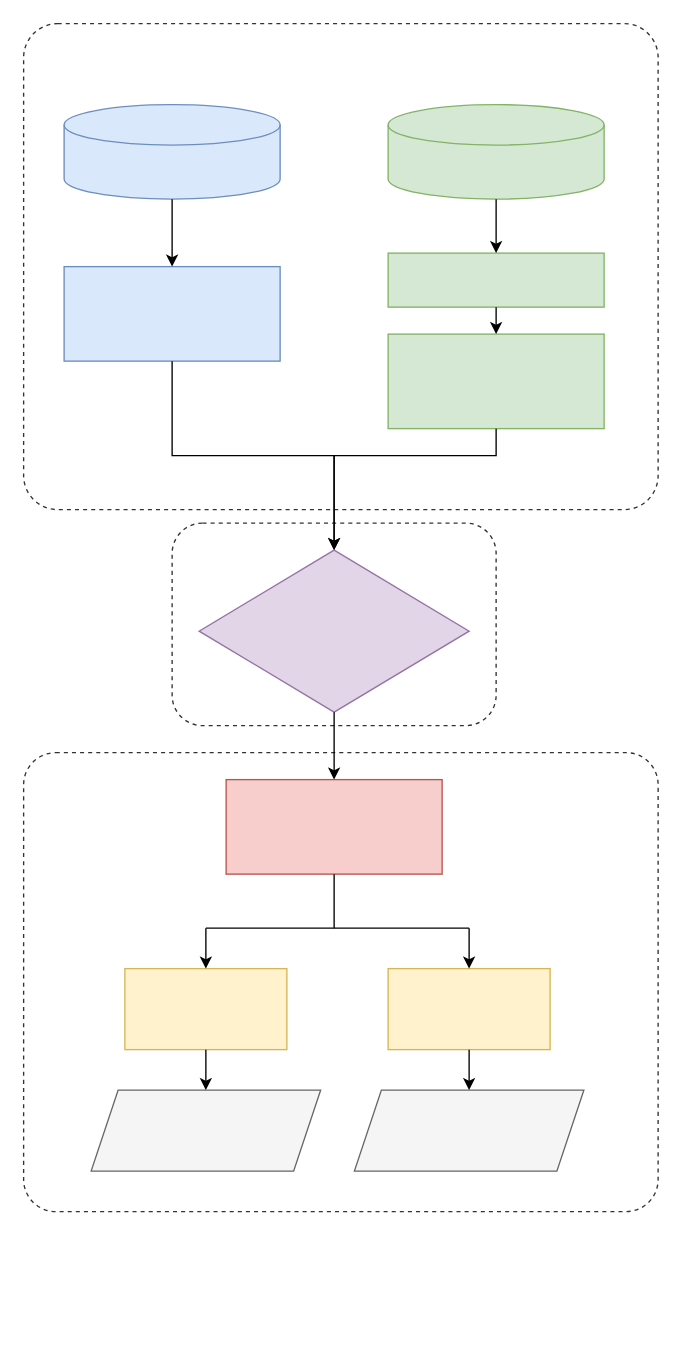
hzb29/hzb29 keeps this draw.io diagram as 1234图.drawio. Above is the earlier version. Source tidied: cells renumbered, new cells numbered last; positions are measured from the earlier drawing's top-left corner, leaving out a move shared by most shapes. Both pictures are drawn from the tidied source at 135%, with x=0, y=0 at pixel (23, 23).
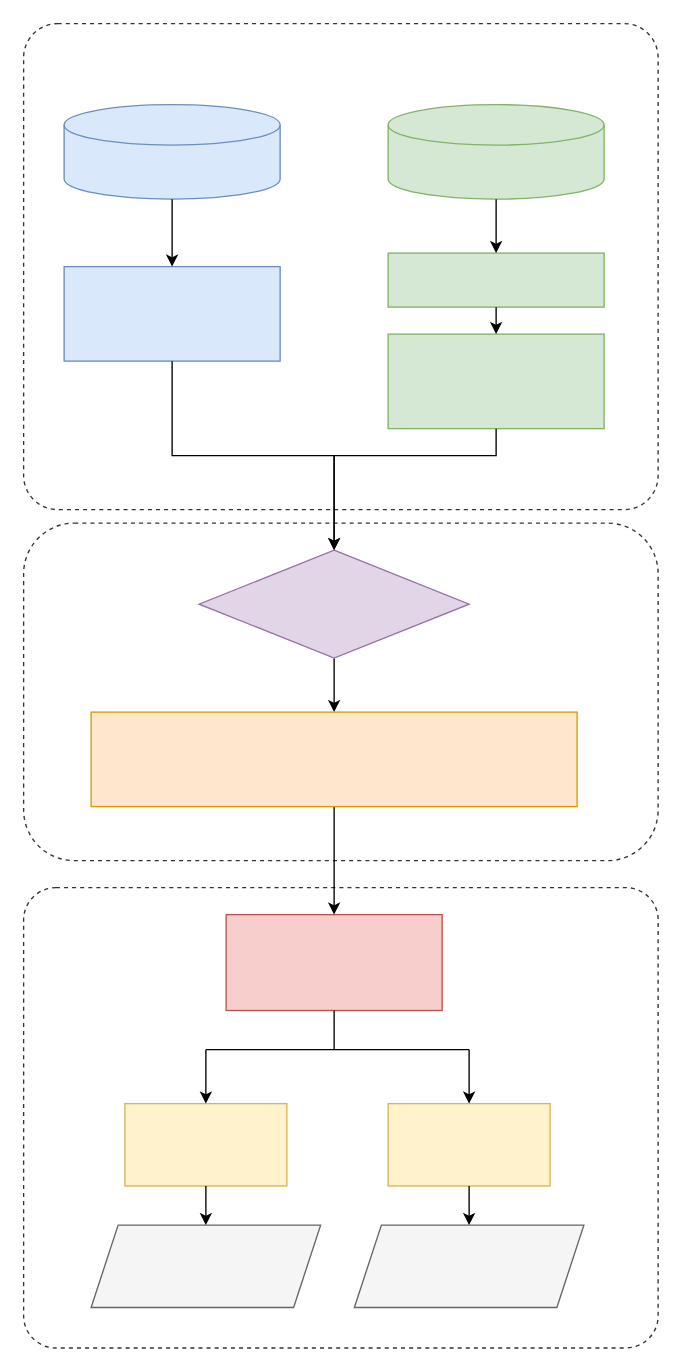
The same page after the edit.

Diff of the diagram source:
```diff
@@
     <mxCell id="2" style="rounded=1;whiteSpace=wrap;html=1;dashed=1;fillColor=none;strokeColor=#333333;" parent="1" vertex="1">
-      <mxGeometry x="110" y="370" width="240" height="150" as="geometry" />
+      <mxGeometry y="370" width="470" height="250" as="geometry" />
     </mxCell>
     <mxCell id="3" style="rounded=1;whiteSpace=wrap;html=1;dashed=1;fillColor=none;strokeColor=#333333;arcSize=7;" parent="1" vertex="1">
-      <mxGeometry y="540" width="470" height="340" as="geometry" />
+      <mxGeometry y="640" width="470" height="341" as="geometry" />
     </mxCell>
@@
+    <mxCell id="28" style="edgeStyle=orthogonalEdgeStyle;rounded=0;jettySize=auto;html=1;exitX=0.5;exitY=1;exitDx=0;exitDy=0;entryX=0.5;entryY=0;entryDx=0;entryDy=0;" parent="1" edge="1" source="13" target="29">
+      <mxGeometry relative="1" as="geometry" />
+    </mxCell>
     <mxCell id="13" style="rhombus;whiteSpace=wrap;html=1;rounded=0;fillColor=#e1d5e7;strokeColor=#9673a6;" parent="1" vertex="1">
-      <mxGeometry x="130" y="390" width="200" height="120" as="geometry" />
+      <mxGeometry x="130" y="390" width="200" height="80" as="geometry" />
     </mxCell>
@@
     <mxCell id="16" style="rounded=0;whiteSpace=wrap;html=1;fillColor=#f8cecc;strokeColor=#b85450;" parent="1" vertex="1">
-      <mxGeometry x="150" y="560" width="160" height="70" as="geometry" />
+      <mxGeometry x="150" y="660" width="160" height="71" as="geometry" />
     </mxCell>
-    <mxCell id="17" style="endArrow=classic;html=1;rounded=0;" parent="1" edge="1" source="13" target="16">
+    <mxCell id="17" style="endArrow=classic;html=1;rounded=0;exitX=0.5;exitY=1;exitDx=0;exitDy=0;" parent="1" edge="1" source="29" target="16">
       <mxGeometry relative="1" as="geometry" />
     </mxCell>
     <mxCell id="18" style="endArrow=none;html=1;rounded=0;exitX=0.5;exitY=1;exitDx=0;exitDy=0;" parent="1" edge="1" source="16">
       <mxGeometry relative="1" as="geometry">
-        <mxPoint x="230" y="670" as="targetPoint" />
+        <mxPoint x="230" y="760" as="targetPoint" />
       </mxGeometry>
     </mxCell>
     <mxCell id="19" style="endArrow=none;html=1;rounded=0;" parent="1" edge="1">
       <mxGeometry relative="1" as="geometry">
-        <mxPoint x="135" y="670" as="sourcePoint" />
-        <mxPoint x="330" y="670" as="targetPoint" />
+        <mxPoint x="135" y="760" as="sourcePoint" />
+        <mxPoint x="330" y="760" as="targetPoint" />
       </mxGeometry>
     </mxCell>
     <mxCell id="20" style="rounded=0;whiteSpace=wrap;html=1;fillColor=#fff2cc;strokeColor=#d6b656;" parent="1" vertex="1">
-      <mxGeometry x="75" y="700" width="120" height="60" as="geometry" />
+      <mxGeometry x="75" y="800" width="120" height="61" as="geometry" />
     </mxCell>
     <mxCell id="21" style="rounded=0;whiteSpace=wrap;html=1;fillColor=#fff2cc;strokeColor=#d6b656;" parent="1" vertex="1">
-      <mxGeometry x="270" y="700" width="120" height="60" as="geometry" />
+      <mxGeometry x="270" y="800" width="120" height="61" as="geometry" />
     </mxCell>
     <mxCell id="22" style="endArrow=classic;html=1;rounded=0;entryX=0.5;entryY=0;entryDx=0;entryDy=0;" parent="1" edge="1" target="20">
       <mxGeometry relative="1" as="geometry">
-        <mxPoint x="135" y="670" as="sourcePoint" />
+        <mxPoint x="135" y="760" as="sourcePoint" />
       </mxGeometry>
     </mxCell>
     <mxCell id="23" style="endArrow=classic;html=1;rounded=0;entryX=0.5;entryY=0;entryDx=0;entryDy=0;" parent="1" edge="1" target="21">
       <mxGeometry relative="1" as="geometry">
-        <mxPoint x="330" y="670" as="sourcePoint" />
+        <mxPoint x="330" y="760" as="sourcePoint" />
       </mxGeometry>
     </mxCell>
     <mxCell id="24" style="shape=parallelogram;perimeter=parallelogramPerimeter;whiteSpace=wrap;html=1;fixedSize=1;fillColor=#f5f5f5;strokeColor=#666666;fontStyle=0;" parent="1" vertex="1">
-      <mxGeometry x="50" y="790" width="170" height="60" as="geometry" />
+      <mxGeometry x="50" y="890" width="170" height="61" as="geometry" />
     </mxCell>
@@
     <mxCell id="26" value="&lt;div&gt;&lt;br&gt;&lt;/div&gt;" style="shape=parallelogram;perimeter=parallelogramPerimeter;whiteSpace=wrap;html=1;fixedSize=1;fillColor=#f5f5f5;strokeColor=#666666;" parent="1" vertex="1">
-      <mxGeometry x="245" y="790" width="170" height="60" as="geometry" />
+      <mxGeometry x="245" y="890" width="170" height="61" as="geometry" />
     </mxCell>
@@
+    <mxCell id="29" style="rounded=0;whiteSpace=wrap;html=1;fillColor=#ffe6cc;strokeColor=#d79b00;" parent="1" vertex="1">
+      <mxGeometry x="50" y="510" width="360" height="70" as="geometry" />
+    </mxCell>
```
